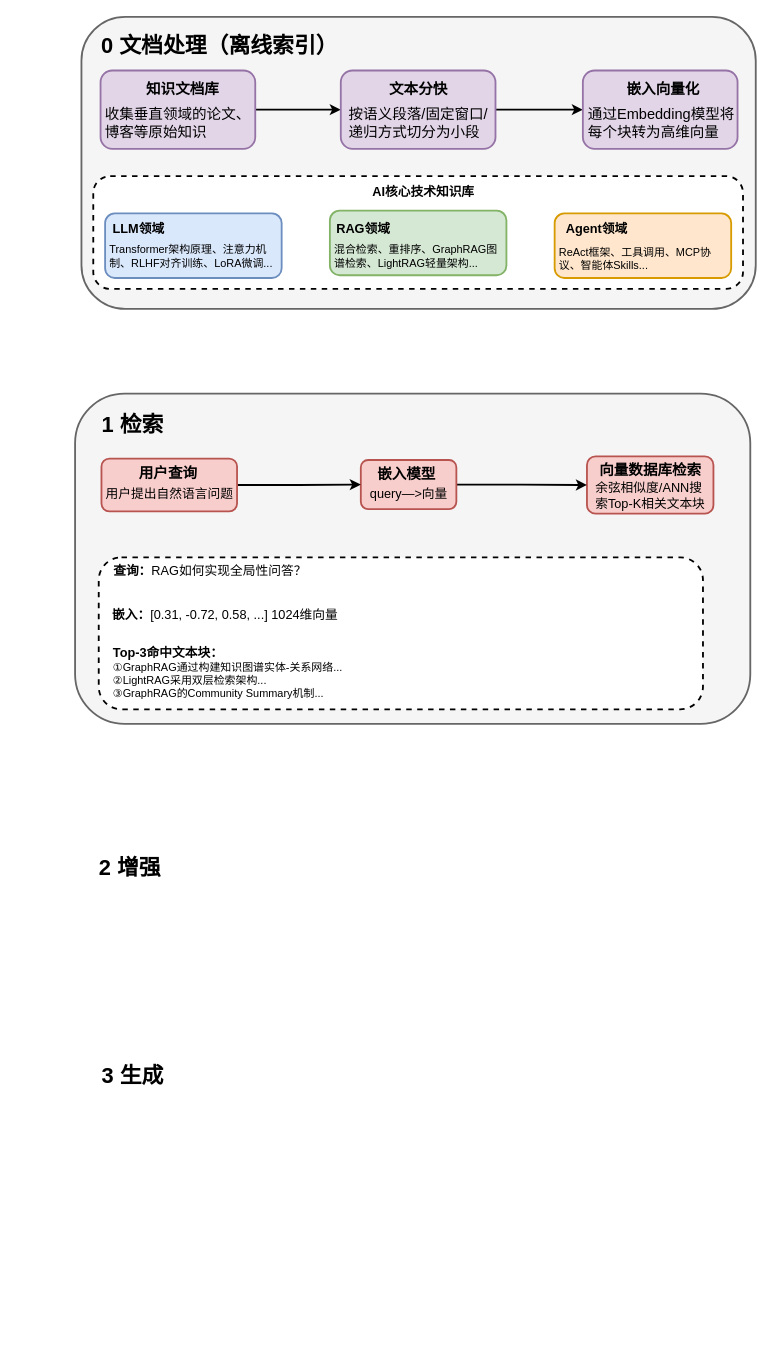
real-jiakai/draw keeps this draw.io diagram as diagrams/basic_workflow_of_rag.drawio. Above is the earlier version. Source tidied: cells renumbered, new cells numbered last; positions are measured from the earlier drawing's top-left corner, leaving out a move shared by most shapes. Both pictures are drawn from the tidied source at 91%, with x=0, y=0 at pixel (15, 16). Pictures stored in the file or linked from it are replaced by grey dashed boxes.
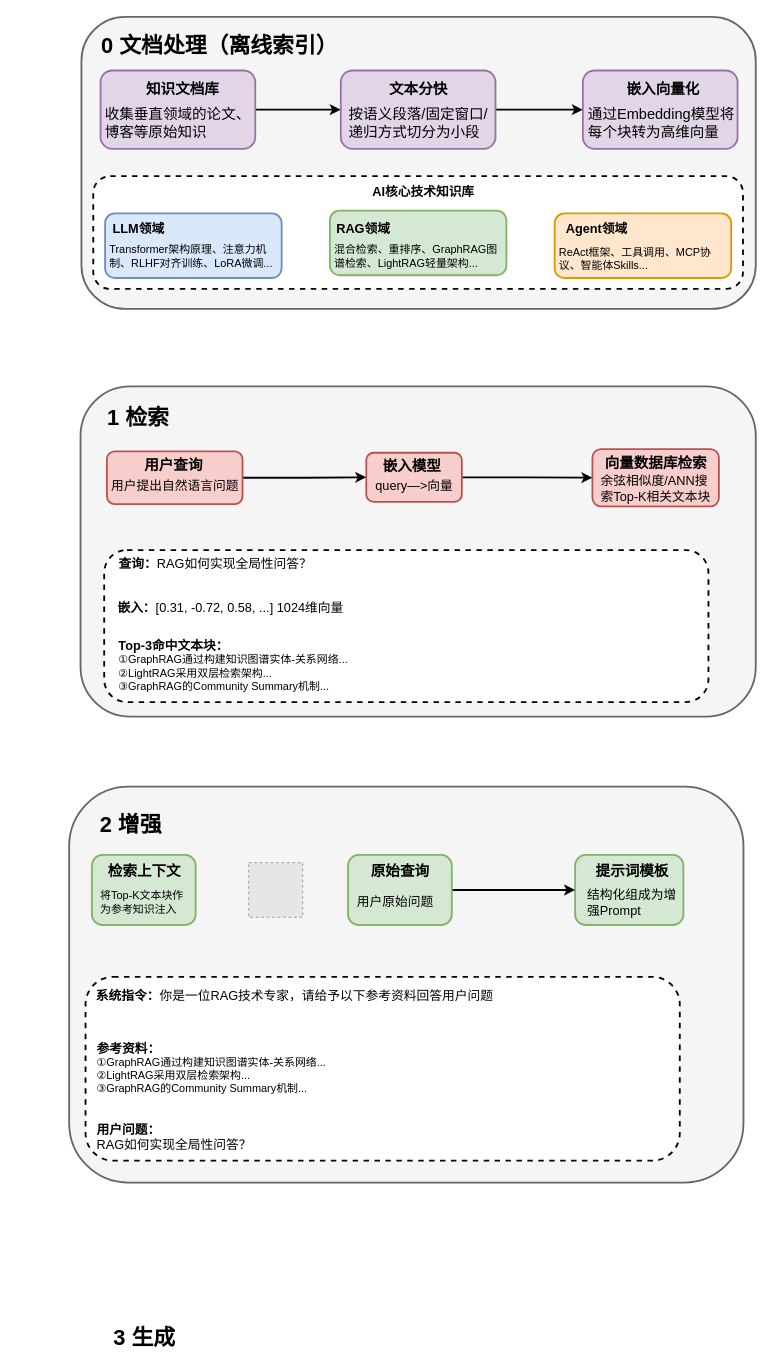
Above is the later version.

What changed in the source:
```diff
@@
+    <mxCell id="45" style="rounded=1;whiteSpace=wrap;html=1;fillColor=#f5f5f5;fontColor=#333333;strokeColor=#666666;strokeWidth=2;" parent="1" vertex="1">
+      <mxGeometry x="58.5" y="846" width="741" height="435" as="geometry" />
+    </mxCell>
+    <mxCell id="46" style="rounded=1;whiteSpace=wrap;html=1;strokeWidth=2;dashed=1;" parent="1" vertex="1">
+      <mxGeometry x="76.5" y="1055" width="653" height="202" as="geometry" />
+    </mxCell>
+    <mxCell id="47" style="rounded=1;whiteSpace=wrap;html=1;fillColor=#d5e8d4;strokeColor=#82b366;strokeWidth=2;" parent="1" vertex="1">
+      <mxGeometry x="614.5" y="921" width="119" height="77" as="geometry" />
+    </mxCell>
+    <mxCell id="48" style="edgeStyle=orthogonalEdgeStyle;rounded=0;jettySize=auto;html=1;exitX=1;exitY=0.5;exitDx=0;exitDy=0;entryX=0;entryY=0.5;entryDx=0;entryDy=0;strokeWidth=2;" parent="1" edge="1" source="49" target="47">
+      <mxGeometry relative="1" as="geometry" />
+    </mxCell>
+    <mxCell id="49" style="rounded=1;whiteSpace=wrap;html=1;fillColor=#d5e8d4;strokeColor=#82b366;strokeWidth=2;" parent="1" vertex="1">
+      <mxGeometry x="365" y="921" width="114" height="77" as="geometry" />
+    </mxCell>
+    <mxCell id="50" style="rounded=1;whiteSpace=wrap;html=1;fillColor=#d5e8d4;strokeColor=#82b366;strokeWidth=2;" parent="1" vertex="1">
+      <mxGeometry x="83.5" y="921" width="114" height="77" as="geometry" />
+    </mxCell>
     <mxCell id="2" style="rounded=1;whiteSpace=wrap;html=1;fillColor=#f5f5f5;fontColor=#333333;strokeColor=#666666;strokeWidth=2;" parent="1" vertex="1">
-      <mxGeometry x="65" y="414" width="742" height="363" as="geometry" />
+      <mxGeometry x="71" y="406" width="742" height="363" as="geometry" />
     </mxCell>
     <mxCell id="3" style="rounded=1;whiteSpace=wrap;html=1;strokeWidth=2;dashed=1;" parent="1" vertex="1">
-      <mxGeometry x="91" y="594" width="664" height="167" as="geometry" />
+      <mxGeometry x="97" y="586" width="664" height="167" as="geometry" />
     </mxCell>
     <mxCell id="4" style="rounded=1;whiteSpace=wrap;html=1;strokeWidth=2;fillColor=#f8cecc;strokeColor=#b85450;" parent="1" vertex="1">
-      <mxGeometry x="627.5" y="483" width="139" height="63" as="geometry" />
+      <mxGeometry x="633.5" y="475" width="139" height="63" as="geometry" />
     </mxCell>
@@
     <mxCell id="6" style="rounded=1;whiteSpace=wrap;html=1;strokeWidth=2;fillColor=#f8cecc;strokeColor=#b85450;" parent="1" vertex="1">
-      <mxGeometry x="379" y="487" width="105" height="54" as="geometry" />
+      <mxGeometry x="385" y="479" width="105" height="54" as="geometry" />
     </mxCell>
@@
     <mxCell id="8" style="rounded=1;whiteSpace=wrap;html=1;strokeWidth=2;fillColor=#f8cecc;strokeColor=#b85450;" parent="1" vertex="1">
-      <mxGeometry x="94" y="485.5" width="149" height="58" as="geometry" />
+      <mxGeometry x="100" y="477.5" width="149" height="58" as="geometry" />
     </mxCell>
@@
     <mxCell id="15" value="&lt;span style=&quot;font-size: 24px;&quot;&gt;&lt;b&gt;1 检索&lt;/b&gt;&lt;/span&gt;" style="text;html=1;whiteSpace=wrap;strokeColor=none;fillColor=none;align=center;verticalAlign=middle;rounded=0;" parent="1" vertex="1">
-      <mxGeometry x="3" y="434" width="251" height="30" as="geometry" />
+      <mxGeometry x="9" y="426" width="251" height="30" as="geometry" />
     </mxCell>
     <mxCell id="16" value="&lt;span style=&quot;font-size: 24px;&quot;&gt;&lt;b&gt;2 增强&lt;/b&gt;&lt;/span&gt;" style="text;html=1;whiteSpace=wrap;strokeColor=none;fillColor=none;align=center;verticalAlign=middle;rounded=0;" parent="1" vertex="1">
-      <mxGeometry y="921" width="251" height="30" as="geometry" />
+      <mxGeometry x="1" y="873" width="251" height="30" as="geometry" />
     </mxCell>
     <mxCell id="17" value="&lt;span style=&quot;font-size: 24px;&quot;&gt;&lt;b&gt;3 生成&lt;/b&gt;&lt;/span&gt;" style="text;html=1;whiteSpace=wrap;strokeColor=none;fillColor=none;align=center;verticalAlign=middle;rounded=0;" parent="1" vertex="1">
-      <mxGeometry x="3" y="1149" width="251" height="30" as="geometry" />
+      <mxGeometry x="15.5" y="1437" width="251" height="30" as="geometry" />
     </mxCell>
@@
     <mxCell id="36" value="&lt;font style=&quot;font-size: 16px;&quot;&gt;&lt;b&gt;用户查询&lt;/b&gt;&lt;/font&gt;" style="text;html=1;whiteSpace=wrap;strokeColor=none;fillColor=none;align=center;verticalAlign=middle;rounded=0;" parent="1" vertex="1">
-      <mxGeometry x="133" y="485.5" width="69" height="30" as="geometry" />
+      <mxGeometry x="139" y="477.5" width="69" height="30" as="geometry" />
     </mxCell>
     <mxCell id="37" value="&lt;font style=&quot;font-size: 14px;&quot;&gt;用户提出自然语言问题&lt;/font&gt;" style="text;html=1;whiteSpace=wrap;strokeColor=none;fillColor=none;align=center;verticalAlign=middle;rounded=0;" parent="1" vertex="1">
-      <mxGeometry x="98" y="509" width="142" height="30" as="geometry" />
+      <mxGeometry x="104" y="501" width="142" height="30" as="geometry" />
     </mxCell>
     <mxCell id="38" value="&lt;span style=&quot;font-size: 16px;&quot;&gt;&lt;b&gt;嵌入模型&lt;/b&gt;&lt;/span&gt;" style="text;html=1;whiteSpace=wrap;strokeColor=none;fillColor=none;align=center;verticalAlign=middle;rounded=0;" parent="1" vertex="1">
-      <mxGeometry x="395" y="487" width="69" height="30" as="geometry" />
+      <mxGeometry x="401" y="479" width="69" height="30" as="geometry" />
     </mxCell>
     <mxCell id="39" value="&lt;span style=&quot;font-size: 14px;&quot;&gt;query—&amp;gt;向量&lt;/span&gt;" style="text;html=1;whiteSpace=wrap;strokeColor=none;fillColor=none;align=center;verticalAlign=middle;rounded=0;" parent="1" vertex="1">
-      <mxGeometry x="384.5" y="509" width="94" height="30" as="geometry" />
+      <mxGeometry x="390.5" y="501" width="94" height="30" as="geometry" />
     </mxCell>
     <mxCell id="40" value="&lt;span style=&quot;font-size: 16px;&quot;&gt;&lt;b&gt;向量数据库检索&lt;/b&gt;&lt;/span&gt;" style="text;html=1;whiteSpace=wrap;strokeColor=none;fillColor=none;align=center;verticalAlign=middle;rounded=0;" parent="1" vertex="1">
-      <mxGeometry x="635.5" y="483" width="123" height="30" as="geometry" />
+      <mxGeometry x="641.5" y="475" width="123" height="30" as="geometry" />
     </mxCell>
     <mxCell id="41" value="&lt;span style=&quot;font-size: 14px;&quot;&gt;余弦相似度/ANN搜索Top-K相关文本块&lt;/span&gt;" style="text;html=1;whiteSpace=wrap;strokeColor=none;fillColor=none;align=left;verticalAlign=middle;rounded=0;" parent="1" vertex="1">
-      <mxGeometry x="634.5" y="511" width="129" height="30" as="geometry" />
+      <mxGeometry x="640.5" y="503" width="129" height="30" as="geometry" />
     </mxCell>
     <mxCell id="42" value="&lt;span style=&quot;font-size: 14px;&quot;&gt;&lt;b&gt;查询：&lt;/b&gt;RAG如何实现全局性问答？&lt;/span&gt;" style="text;html=1;whiteSpace=wrap;strokeColor=none;fillColor=none;align=center;verticalAlign=middle;rounded=0;" parent="1" vertex="1">
-      <mxGeometry x="105" y="594" width="217" height="30" as="geometry" />
+      <mxGeometry x="111" y="586" width="217" height="30" as="geometry" />
     </mxCell>
     <mxCell id="43" value="&lt;span style=&quot;font-size: 14px;&quot;&gt;&lt;b&gt;嵌入：&lt;/b&gt;&lt;/span&gt;&lt;span style=&quot;font-size: 14px; background-color: transparent; color: light-dark(rgb(0, 0, 0), rgb(255, 255, 255));&quot;&gt;[0.31, -0.72, 0.58, ...] 1024维向量&lt;/span&gt;" style="text;html=1;whiteSpace=wrap;strokeColor=none;fillColor=none;align=left;verticalAlign=middle;rounded=0;" parent="1" vertex="1">
-      <mxGeometry x="104" y="642" width="264" height="30" as="geometry" />
+      <mxGeometry x="110" y="634" width="264" height="30" as="geometry" />
     </mxCell>
     <mxCell id="44" value="&lt;span style=&quot;font-size: 14px;&quot;&gt;&lt;b&gt;Top-3命中文本块：&lt;/b&gt;&lt;/span&gt;&lt;div&gt;①GraphRAG通过构建知识图谱实体-关系网络...&lt;/div&gt;&lt;div&gt;②LightRAG采用双层检索架构...&lt;/div&gt;&lt;div&gt;③GraphRAG的Community Summary机制...&lt;/div&gt;&lt;div&gt;&lt;br&gt;&lt;/div&gt;" style="text;html=1;whiteSpace=wrap;strokeColor=none;fillColor=none;align=left;verticalAlign=middle;rounded=0;" parent="1" vertex="1">
-      <mxGeometry x="105" y="698" width="258" height="59" as="geometry" />
+      <mxGeometry x="111" y="690" width="258" height="59" as="geometry" />
     </mxCell>
+    <mxCell id="51" value="&lt;span style=&quot;font-size: 16px;&quot;&gt;&lt;b&gt;检索上下文&lt;/b&gt;&lt;/span&gt;" style="text;html=1;whiteSpace=wrap;strokeColor=none;fillColor=none;align=center;verticalAlign=middle;rounded=0;" parent="1" vertex="1">
+      <mxGeometry x="98.5" y="924" width="85" height="30" as="geometry" />
+    </mxCell>
+    <mxCell id="52" value="将Top-K文本块作为参考知识注入" style="text;html=1;whiteSpace=wrap;strokeColor=none;fillColor=none;align=left;verticalAlign=middle;rounded=0;" parent="1" vertex="1">
+      <mxGeometry x="90.5" y="958" width="103" height="30" as="geometry" />
+    </mxCell>
+    <mxCell id="53" value="&lt;span style=&quot;font-size: 16px;&quot;&gt;&lt;b&gt;原始查询&lt;/b&gt;&lt;/span&gt;" style="text;html=1;whiteSpace=wrap;strokeColor=none;fillColor=none;align=center;verticalAlign=middle;rounded=0;" parent="1" vertex="1">
+      <mxGeometry x="379.5" y="924" width="85" height="30" as="geometry" />
+    </mxCell>
+    <mxCell id="54" value="&lt;font style=&quot;font-size: 14px;&quot;&gt;用户原始问题&lt;/font&gt;" style="text;html=1;whiteSpace=wrap;strokeColor=none;fillColor=none;align=left;verticalAlign=middle;rounded=0;" parent="1" vertex="1">
+      <mxGeometry x="372.5" y="958" width="103" height="30" as="geometry" />
+    </mxCell>
+    <mxCell id="55" value="&lt;span style=&quot;font-size: 16px;&quot;&gt;&lt;b&gt;提示词模板&lt;/b&gt;&lt;/span&gt;" style="text;html=1;whiteSpace=wrap;strokeColor=none;fillColor=none;align=center;verticalAlign=middle;rounded=0;" parent="1" vertex="1">
+      <mxGeometry x="634.5" y="924" width="85" height="30" as="geometry" />
+    </mxCell>
+    <mxCell id="56" value="&lt;font style=&quot;font-size: 14px;&quot;&gt;结构化组成为增强Prompt&lt;/font&gt;" style="text;html=1;whiteSpace=wrap;strokeColor=none;fillColor=none;align=left;verticalAlign=middle;rounded=0;" parent="1" vertex="1">
+      <mxGeometry x="625.5" y="958" width="103" height="30" as="geometry" />
+    </mxCell>
+    <mxCell id="57" value="&lt;font style=&quot;font-size: 14px;&quot;&gt;&lt;b&gt;系统指令：&lt;/b&gt;你是一位RAG技术专家，请给予以下参考资料回答用户问题&lt;/font&gt;" style="text;html=1;whiteSpace=wrap;strokeColor=none;fillColor=none;align=center;verticalAlign=middle;rounded=0;" parent="1" vertex="1">
+      <mxGeometry x="83.5" y="1061" width="445" height="30" as="geometry" />
+    </mxCell>
+    <mxCell id="58" value="&lt;font style=&quot;font-size: 14px;&quot;&gt;&lt;b&gt;参考资料：&lt;/b&gt;&lt;/font&gt;&lt;div&gt;&lt;div&gt;①GraphRAG通过构建知识图谱实体-关系网络...&lt;/div&gt;&lt;div&gt;②LightRAG采用双层检索架构...&lt;/div&gt;&lt;div&gt;③GraphRAG的Community Summary机制...&lt;/div&gt;&lt;/div&gt;" style="text;html=1;whiteSpace=wrap;strokeColor=none;fillColor=none;align=left;verticalAlign=middle;rounded=0;" parent="1" vertex="1">
+      <mxGeometry x="86.5" y="1124" width="438" height="62" as="geometry" />
+    </mxCell>
+    <mxCell id="59" value="&lt;font style=&quot;font-size: 14px;&quot;&gt;&lt;b&gt;用户问题：&lt;/b&gt;&lt;/font&gt;&lt;div style=&quot;&quot;&gt;&lt;font style=&quot;font-size: 14px;&quot;&gt;RAG如何实现全局性问答？&lt;/font&gt;&lt;/div&gt;" style="text;html=1;whiteSpace=wrap;strokeColor=none;fillColor=none;align=left;verticalAlign=middle;rounded=0;" parent="1" vertex="1">
+      <mxGeometry x="86.5" y="1216" width="398" height="30" as="geometry" />
+    </mxCell>
+    <mxCell id="60" style="fillColor=#E6E6E6;strokeColor=#999999;dashed=1;html=1;verticalAlign=top;verticalLabelPosition=bottom;labelBackgroundColor=#ffffff;" parent="1" vertex="1">
+      <mxGeometry x="255.8" y="929.5" width="59.4" height="60" as="geometry" />
+    </mxCell>
```
